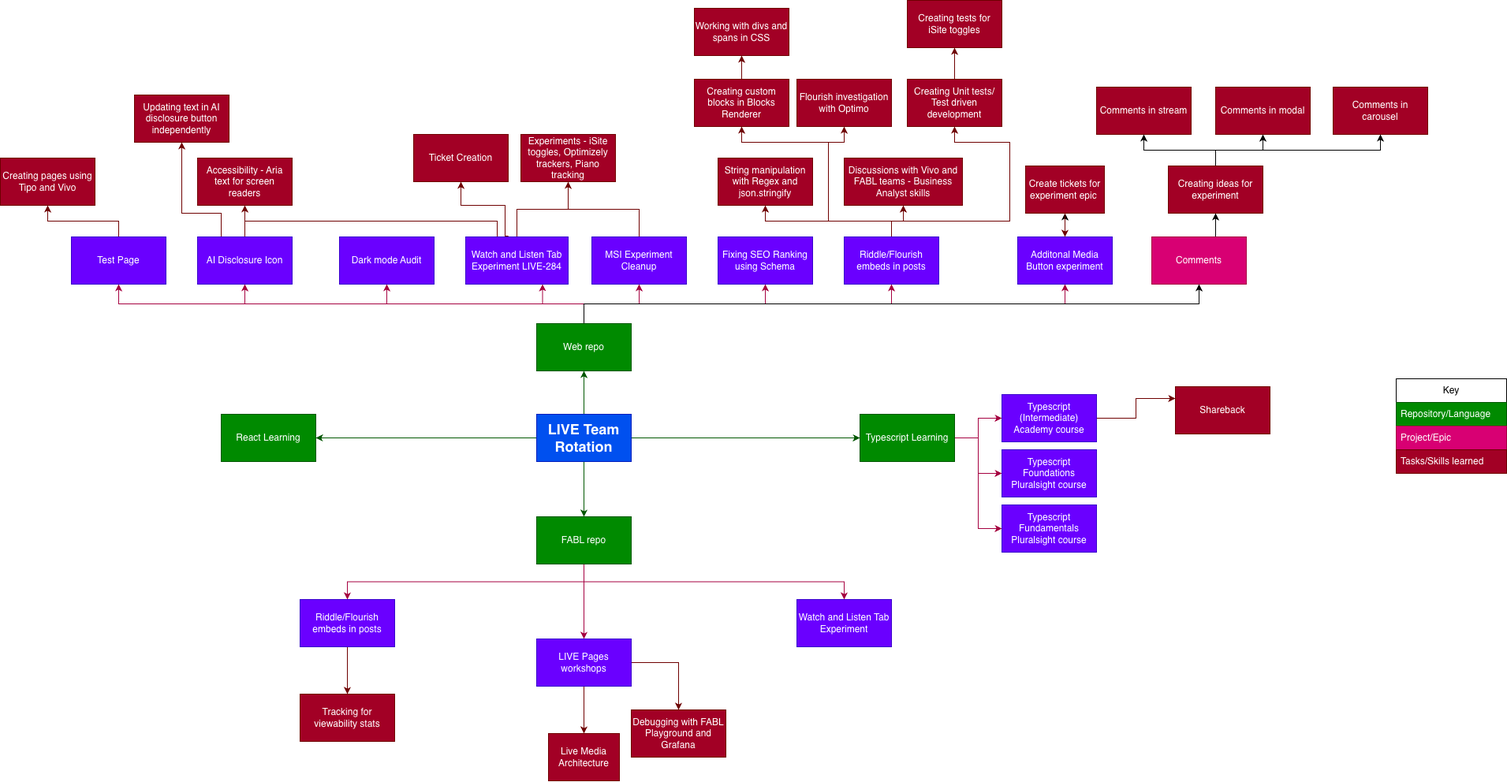
Earlier version of the draw.io export LIVE Mindmap.drawio.png (HalimahH-BBC/Mindmap). Source tidied: cells renumbered, new cells last; positions are measured from the earlier drawing's top-left corner, leaving out a move shared by most shapes.
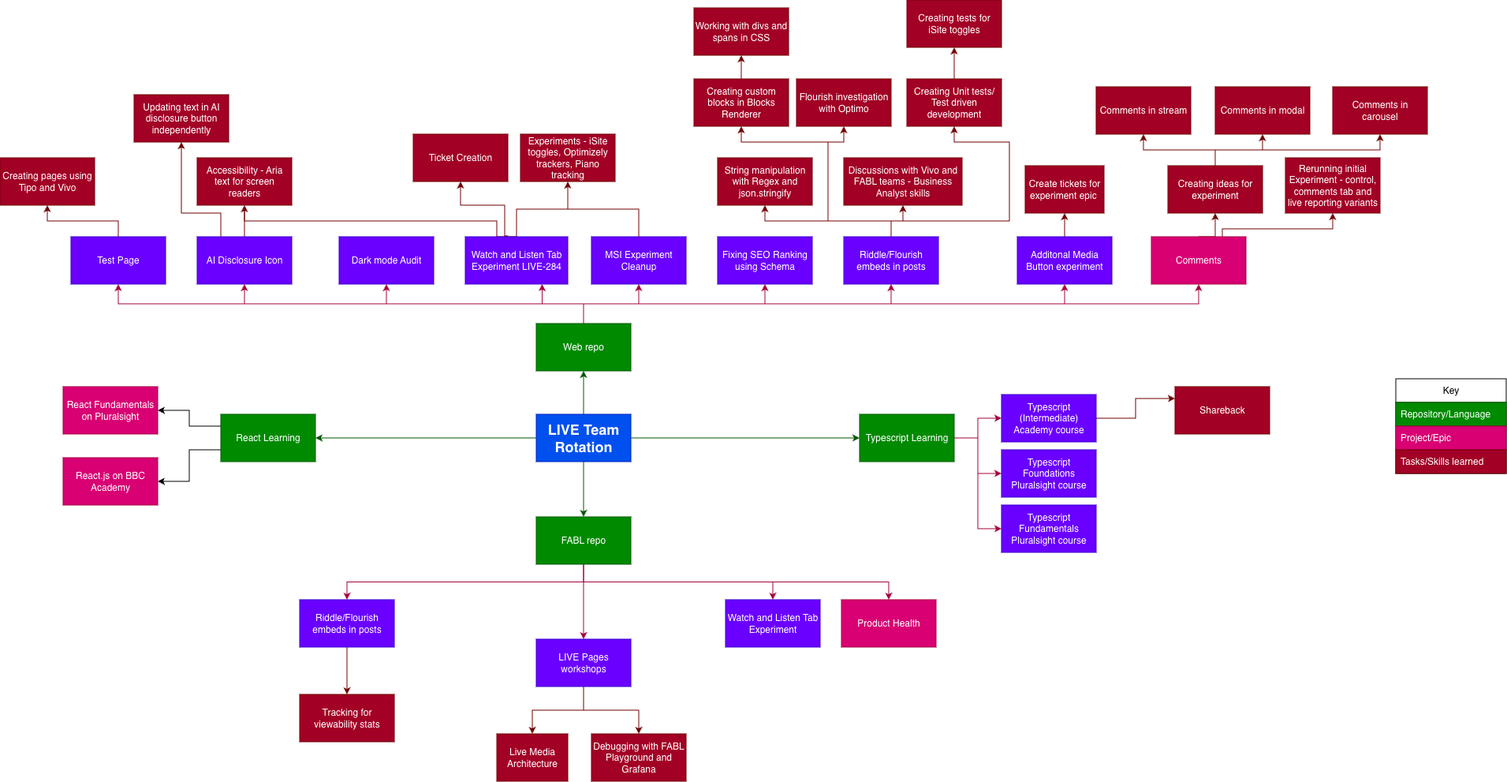
After the commit.

Diff of the diagram source:
```diff
@@ -26,7 +26,7 @@
     <mxCell id="9" style="edgeStyle=orthogonalEdgeStyle;rounded=0;jettySize=auto;html=1;exitX=0.5;exitY=0;exitDx=0;exitDy=0;entryX=0.5;entryY=1;entryDx=0;entryDy=0;fillColor=#d80073;strokeColor=#A50040;" parent="1" edge="1" source="11" target="77">
       <mxGeometry relative="1" as="geometry" />
     </mxCell>
-    <mxCell id="10" style="edgeStyle=orthogonalEdgeStyle;rounded=0;jettySize=auto;html=1;exitX=0.5;exitY=0;exitDx=0;exitDy=0;entryX=0.5;entryY=1;entryDx=0;entryDy=0;" parent="1" edge="1" source="11" target="82">
+    <mxCell id="10" style="edgeStyle=orthogonalEdgeStyle;rounded=0;jettySize=auto;html=1;exitX=0.5;exitY=0;exitDx=0;exitDy=0;entryX=0.5;entryY=1;entryDx=0;entryDy=0;fillColor=#d80073;strokeColor=#A50040;" parent="1" edge="1" source="11" target="82">
       <mxGeometry relative="1" as="geometry" />
     </mxCell>
     <mxCell id="11" value="Web repo" style="rounded=0;whiteSpace=wrap;html=1;fillColor=#008a00;fontColor=#ffffff;strokeColor=#005700;" parent="1" vertex="1">
@@ -56,6 +56,9 @@
     <mxCell id="19" style="edgeStyle=orthogonalEdgeStyle;rounded=0;jettySize=auto;html=1;exitX=0.5;exitY=1;exitDx=0;exitDy=0;entryX=0.5;entryY=0;entryDx=0;entryDy=0;fillColor=#d80073;strokeColor=#A50040;" parent="1" edge="1" source="20" target="69">
       <mxGeometry relative="1" as="geometry" />
     </mxCell>
+    <mxCell id="90" style="edgeStyle=orthogonalEdgeStyle;rounded=0;jettySize=auto;html=1;exitX=0.5;exitY=1;exitDx=0;exitDy=0;entryX=0.5;entryY=0;entryDx=0;entryDy=0;fillColor=#d80073;strokeColor=#A50040;" parent="1" edge="1" source="20" target="95">
+      <mxGeometry relative="1" as="geometry" />
+    </mxCell>
     <mxCell id="20" value="FABL repo" style="rounded=0;whiteSpace=wrap;html=1;fillColor=#008a00;fontColor=#ffffff;strokeColor=#005700;" parent="1" vertex="1">
       <mxGeometry x="680" y="655" width="120" height="60" as="geometry" />
     </mxCell>
@@ -96,6 +99,12 @@
     <mxCell id="29" value="Typescript Learning" style="rounded=0;whiteSpace=wrap;html=1;fillColor=#008a00;fontColor=#ffffff;strokeColor=#005700;" parent="1" vertex="1">
       <mxGeometry x="1090" y="525" width="120" height="60" as="geometry" />
     </mxCell>
+    <mxCell id="91" style="edgeStyle=orthogonalEdgeStyle;rounded=0;jettySize=auto;html=1;exitX=0;exitY=0.25;exitDx=0;exitDy=0;entryX=1;entryY=0.5;entryDx=0;entryDy=0;" parent="1" edge="1" source="30" target="96">
+      <mxGeometry relative="1" as="geometry" />
+    </mxCell>
+    <mxCell id="92" style="edgeStyle=orthogonalEdgeStyle;rounded=0;jettySize=auto;html=1;exitX=0;exitY=0.75;exitDx=0;exitDy=0;entryX=1;entryY=0.5;entryDx=0;entryDy=0;" parent="1" edge="1" source="30" target="97">
+      <mxGeometry relative="1" as="geometry" />
+    </mxCell>
     <mxCell id="30" value="React Learning" style="rounded=0;whiteSpace=wrap;html=1;fillColor=#008a00;fontColor=#ffffff;strokeColor=#005700;" parent="1" vertex="1">
       <mxGeometry x="280" y="525" width="120" height="60" as="geometry" />
     </mxCell>
@@ -131,7 +140,7 @@
     <mxCell id="37" value="Experiments - iSite toggles, Optimizely trackers, Piano tracking" style="rounded=0;whiteSpace=wrap;html=1;fillColor=#a20025;strokeColor=#6F0000;fontColor=#ffffff;" parent="1" vertex="1">
       <mxGeometry x="660" y="170" width="120" height="60" as="geometry" />
     </mxCell>
-    <mxCell id="38" style="edgeStyle=orthogonalEdgeStyle;rounded=0;jettySize=auto;html=1;exitX=1;exitY=0.5;exitDx=0;exitDy=0;entryX=0.5;entryY=0;entryDx=0;entryDy=0;fillColor=#a20025;strokeColor=#6F0000;" parent="1" edge="1" source="40" target="47">
+    <mxCell id="38" style="edgeStyle=orthogonalEdgeStyle;rounded=0;jettySize=auto;html=1;exitX=0.5;exitY=1;exitDx=0;exitDy=0;entryX=0.5;entryY=0;entryDx=0;entryDy=0;fillColor=#a20025;strokeColor=#6F0000;" parent="1" edge="1" source="40" target="47">
       <mxGeometry relative="1" as="geometry" />
     </mxCell>
     <mxCell id="39" style="edgeStyle=orthogonalEdgeStyle;rounded=0;jettySize=auto;html=1;exitX=0.5;exitY=1;exitDx=0;exitDy=0;entryX=0.5;entryY=0;entryDx=0;entryDy=0;fillColor=#a20025;strokeColor=#6F0000;" parent="1" edge="1" source="40" target="72">
@@ -159,7 +168,7 @@
       <mxGeometry x="1490" y="490" width="120" height="60" as="geometry" />
     </mxCell>
     <mxCell id="47" value="Debugging with FABL Playground and Grafana" style="rounded=0;whiteSpace=wrap;html=1;fillColor=#a20025;strokeColor=#6F0000;fontColor=#ffffff;" parent="1" vertex="1">
-      <mxGeometry x="800" y="900" width="120" height="60" as="geometry" />
+      <mxGeometry x="750" y="930" width="120" height="60" as="geometry" />
     </mxCell>
     <mxCell id="48" style="edgeStyle=orthogonalEdgeStyle;rounded=0;jettySize=auto;html=1;exitX=0.5;exitY=0;exitDx=0;exitDy=0;entryX=0.5;entryY=1;entryDx=0;entryDy=0;fillColor=#a20025;strokeColor=#6F0000;" parent="1" edge="1" source="53" target="56">
       <mxGeometry relative="1" as="geometry" />
@@ -246,7 +255,7 @@
       <mxGeometry x="1070" y="200" width="150" height="60" as="geometry" />
     </mxCell>
     <mxCell id="69" value="Watch and Listen Tab Experiment" style="rounded=0;whiteSpace=wrap;html=1;fillColor=#6a00ff;strokeColor=#3700CC;fontColor=#ffffff;" parent="1" vertex="1">
-      <mxGeometry x="1010" y="760" width="120" height="60" as="geometry" />
+      <mxGeometry x="920" y="760" width="120" height="60" as="geometry" />
     </mxCell>
     <mxCell id="70" style="edgeStyle=orthogonalEdgeStyle;rounded=0;jettySize=auto;html=1;exitX=0.5;exitY=1;exitDx=0;exitDy=0;entryX=0.5;entryY=0;entryDx=0;entryDy=0;fillColor=#a20025;strokeColor=#6F0000;" parent="1" edge="1" source="71" target="75">
       <mxGeometry relative="1" as="geometry" />
@@ -255,7 +264,7 @@
       <mxGeometry x="380" y="760" width="120" height="60" as="geometry" />
     </mxCell>
     <mxCell id="72" value="Live Media Architecture" style="rounded=0;whiteSpace=wrap;html=1;fillColor=#a20025;strokeColor=#6F0000;fontColor=#ffffff;" parent="1" vertex="1">
-      <mxGeometry x="695" y="930" width="90" height="60" as="geometry" />
+      <mxGeometry x="630" y="930" width="90" height="60" as="geometry" />
     </mxCell>
     <mxCell id="73" value="Typescript Fundamentals Pluralsight course" style="rounded=0;whiteSpace=wrap;html=1;fillColor=#6a00ff;strokeColor=#3700CC;fontColor=#ffffff;" parent="1" vertex="1">
       <mxGeometry x="1270" y="640" width="120" height="60" as="geometry" />
@@ -266,39 +275,43 @@
     <mxCell id="75" value="Tracking for viewability stats" style="rounded=0;whiteSpace=wrap;html=1;fillColor=#a20025;strokeColor=#6F0000;fontColor=#ffffff;" parent="1" vertex="1">
       <mxGeometry x="380" y="880" width="120" height="60" as="geometry" />
     </mxCell>
-    <mxCell id="76" style="edgeStyle=orthogonalEdgeStyle;rounded=0;jettySize=auto;html=1;exitX=0.5;exitY=0;exitDx=0;exitDy=0;entryX=0.5;entryY=1;entryDx=0;entryDy=0;" parent="1" edge="1" source="77" target="79">
+    <mxCell id="76" style="edgeStyle=orthogonalEdgeStyle;rounded=0;jettySize=auto;html=1;exitX=0.5;exitY=0;exitDx=0;exitDy=0;entryX=0.5;entryY=1;entryDx=0;entryDy=0;fillColor=#a20025;strokeColor=#6F0000;" parent="1" edge="1" source="77" target="79">
       <mxGeometry relative="1" as="geometry" />
     </mxCell>
     <mxCell id="77" value="Additonal Media Button experiment" style="rounded=0;whiteSpace=wrap;html=1;fillColor=#6a00ff;strokeColor=#3700CC;fontColor=#ffffff;" parent="1" vertex="1">
       <mxGeometry x="1290" y="300" width="120" height="60" as="geometry" />
     </mxCell>
-    <mxCell id="78" style="edgeStyle=orthogonalEdgeStyle;rounded=0;jettySize=auto;html=1;fillColor=#a20025;strokeColor=#6F0000;" parent="1" edge="1" source="79" target="77">
-      <mxGeometry relative="1" as="geometry">
-        <Array as="points">
-          <mxPoint x="1350" y="280" />
-          <mxPoint x="1350" y="280" />
-        </Array>
-      </mxGeometry>
-    </mxCell>
     <mxCell id="79" value="Create tickets for experiment epic&amp;nbsp;" style="rounded=0;whiteSpace=wrap;html=1;fillColor=#a20025;fontColor=#ffffff;strokeColor=#6F0000;" parent="1" vertex="1">
       <mxGeometry x="1300" y="210" width="100" height="60" as="geometry" />
     </mxCell>
     <mxCell id="80" value="Working with divs and spans in CSS" style="rounded=0;whiteSpace=wrap;html=1;fillColor=#a20025;fontColor=#ffffff;strokeColor=#6F0000;" parent="1" vertex="1">
       <mxGeometry x="880" y="10" width="120" height="60" as="geometry" />
     </mxCell>
-    <mxCell id="81" style="edgeStyle=orthogonalEdgeStyle;rounded=0;jettySize=auto;html=1;exitX=0.5;exitY=0;exitDx=0;exitDy=0;entryX=0.5;entryY=1;entryDx=0;entryDy=0;" parent="1" edge="1" source="82" target="86">
-      <mxGeometry relative="1" as="geometry" />
+    <mxCell id="81" style="edgeStyle=orthogonalEdgeStyle;rounded=0;jettySize=auto;html=1;exitX=0.5;exitY=0;exitDx=0;exitDy=0;entryX=0.5;entryY=1;entryDx=0;entryDy=0;fillColor=#a20025;strokeColor=#6F0000;" parent="1" edge="1" source="82" target="86">
+      <mxGeometry relative="1" as="geometry">
+        <Array as="points">
+          <mxPoint x="1541" y="300" />
+        </Array>
+      </mxGeometry>
     </mxCell>
+    <mxCell id="93" style="edgeStyle=orthogonalEdgeStyle;rounded=0;jettySize=auto;html=1;exitX=0.75;exitY=0;exitDx=0;exitDy=0;entryX=0.5;entryY=1;entryDx=0;entryDy=0;fillColor=#a20025;strokeColor=#6F0000;" parent="1" edge="1" source="82" target="94">
+      <mxGeometry relative="1" as="geometry">
+        <Array as="points">
+          <mxPoint x="1550" y="290" />
+          <mxPoint x="1690" y="290" />
+        </Array>
+      </mxGeometry>
+    </mxCell>
     <mxCell id="82" value="Comments" style="rounded=0;whiteSpace=wrap;html=1;fillColor=#d80073;fontColor=#ffffff;strokeColor=#A50040;" parent="1" vertex="1">
       <mxGeometry x="1460" y="300" width="120" height="60" as="geometry" />
     </mxCell>
-    <mxCell id="83" style="edgeStyle=orthogonalEdgeStyle;rounded=0;jettySize=auto;html=1;exitX=0.5;exitY=0;exitDx=0;exitDy=0;entryX=0.5;entryY=1;entryDx=0;entryDy=0;" parent="1" edge="1" source="86" target="87">
+    <mxCell id="83" style="edgeStyle=orthogonalEdgeStyle;rounded=0;jettySize=auto;html=1;exitX=0.5;exitY=0;exitDx=0;exitDy=0;entryX=0.5;entryY=1;entryDx=0;entryDy=0;fillColor=#a20025;strokeColor=#6F0000;" parent="1" edge="1" source="86" target="87">
       <mxGeometry relative="1" as="geometry" />
     </mxCell>
-    <mxCell id="84" style="edgeStyle=orthogonalEdgeStyle;rounded=0;jettySize=auto;html=1;exitX=0.5;exitY=0;exitDx=0;exitDy=0;entryX=0.5;entryY=1;entryDx=0;entryDy=0;" parent="1" edge="1" source="86" target="88">
+    <mxCell id="84" style="edgeStyle=orthogonalEdgeStyle;rounded=0;jettySize=auto;html=1;exitX=0.5;exitY=0;exitDx=0;exitDy=0;entryX=0.5;entryY=1;entryDx=0;entryDy=0;fillColor=#a20025;strokeColor=#6F0000;" parent="1" edge="1" source="86" target="88">
       <mxGeometry relative="1" as="geometry" />
     </mxCell>
-    <mxCell id="85" style="edgeStyle=orthogonalEdgeStyle;rounded=0;jettySize=auto;html=1;exitX=0.5;exitY=0;exitDx=0;exitDy=0;entryX=0.5;entryY=1;entryDx=0;entryDy=0;" parent="1" edge="1" source="86" target="89">
+    <mxCell id="85" style="edgeStyle=orthogonalEdgeStyle;rounded=0;jettySize=auto;html=1;exitX=0.5;exitY=0;exitDx=0;exitDy=0;entryX=0.5;entryY=1;entryDx=0;entryDy=0;fillColor=#a20025;strokeColor=#6F0000;" parent="1" edge="1" source="86" target="89">
       <mxGeometry relative="1" as="geometry" />
     </mxCell>
     <mxCell id="86" value="Creating ideas for experiment" style="rounded=0;whiteSpace=wrap;html=1;fillColor=#a20025;fontColor=#ffffff;strokeColor=#6F0000;" parent="1" vertex="1">
@@ -313,5 +326,17 @@
     <mxCell id="89" value="Comments in carousel" style="rounded=0;whiteSpace=wrap;html=1;fillColor=#a20025;fontColor=#ffffff;strokeColor=#6F0000;" parent="1" vertex="1">
       <mxGeometry x="1690" y="110" width="120" height="60" as="geometry" />
     </mxCell>
+    <mxCell id="94" value="Rerunning initial Experiment - control, comments tab and live reporting variants" style="rounded=0;whiteSpace=wrap;html=1;fillColor=#a20025;strokeColor=#6F0000;fontColor=#ffffff;" parent="1" vertex="1">
+      <mxGeometry x="1630" y="200" width="120" height="70" as="geometry" />
+    </mxCell>
+    <mxCell id="95" value="Product Health" style="rounded=0;whiteSpace=wrap;html=1;fillColor=#d80073;fontColor=#ffffff;strokeColor=#A50040;" parent="1" vertex="1">
+      <mxGeometry x="1067" y="760" width="120" height="60" as="geometry" />
+    </mxCell>
+    <mxCell id="96" value="React Fundamentals on Pluralsight" style="rounded=0;whiteSpace=wrap;html=1;fillColor=#d80073;fontColor=#ffffff;strokeColor=#A50040;" parent="1" vertex="1">
+      <mxGeometry x="80" y="490" width="120" height="60" as="geometry" />
+    </mxCell>
+    <mxCell id="97" value="React.js on BBC Academy" style="rounded=0;whiteSpace=wrap;html=1;fillColor=#d80073;fontColor=#ffffff;strokeColor=#A50040;" parent="1" vertex="1">
+      <mxGeometry x="80" y="580" width="120" height="60" as="geometry" />
+    </mxCell>
   </root>
 </mxGraphModel>
```
